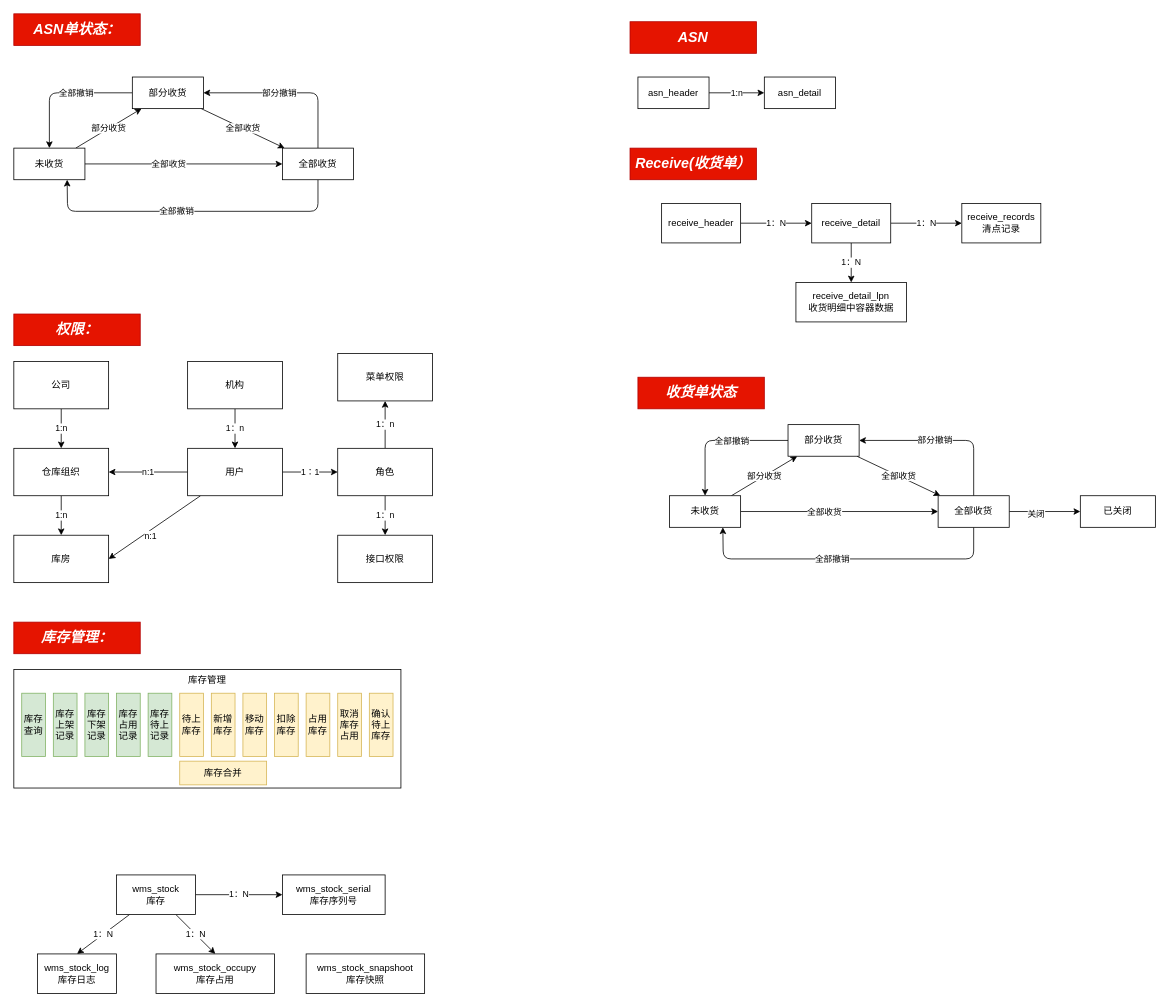
Earlier version of the draw.io diagram wms-docs/01需求设计/需求设计图.dio (a1204503376/wms). Source tidied: cells renumbered, new cells numbered last; positions are measured from the earlier drawing's top-left corner, leaving out a move shared by most shapes. Both pictures are drawn from the tidied source at 79%, with x=0, y=0 at pixel (13, 13).
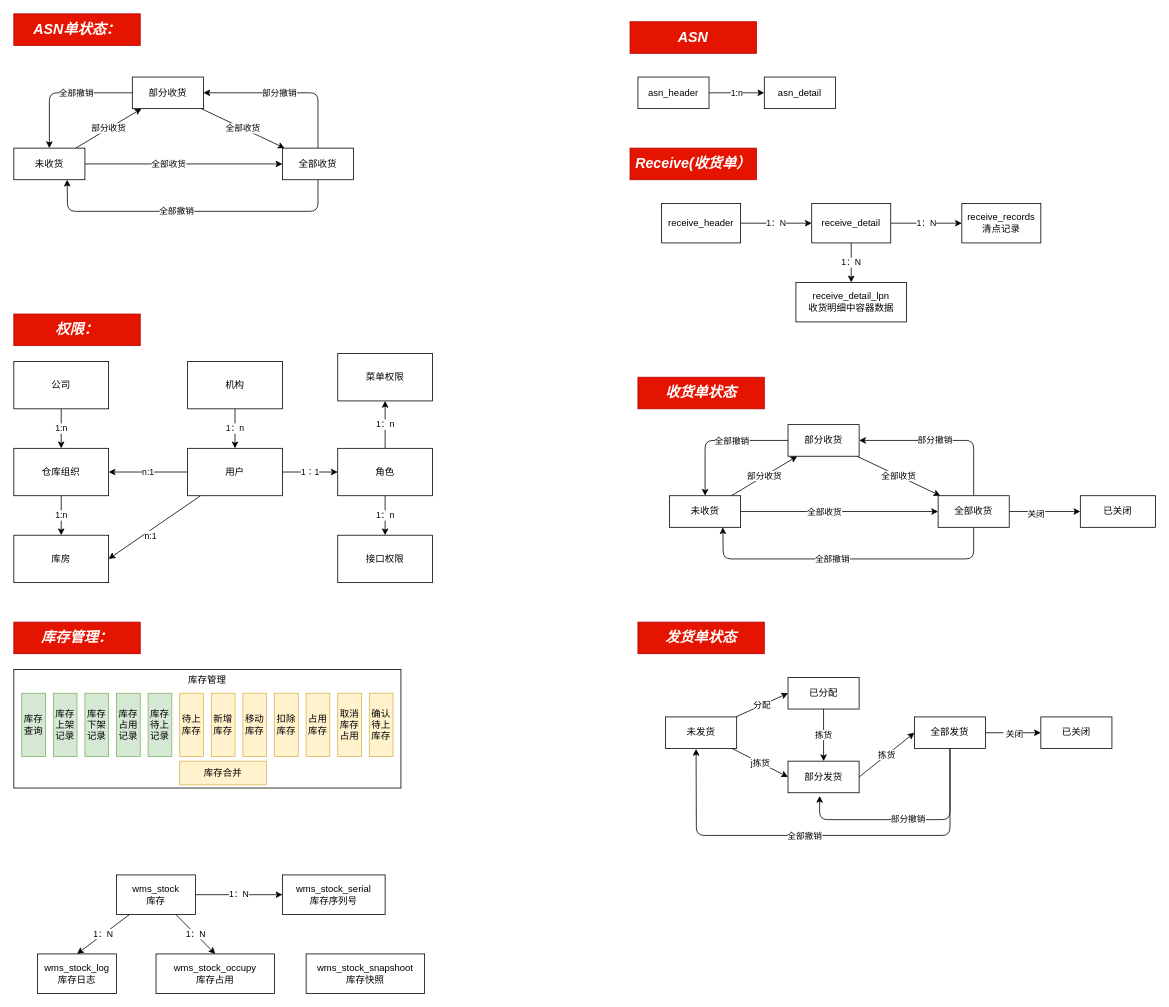
After the change.

Change to the diagram source:
```diff
@@
+    <mxCell id="86" value="发货单状态" style="whiteSpace=wrap;html=1;fillColor=#e51400;fontColor=#ffffff;strokeColor=#B20000;fontStyle=3;fontSize=18;" parent="1" vertex="1">
+      <mxGeometry x="790" y="770" width="160" height="40" as="geometry" />
+    </mxCell>
+    <mxCell id="87" value="分配" style="edgeStyle=none;html=1;entryX=0;entryY=0.5;entryDx=0;entryDy=0;" parent="1" edge="1" source="89" target="91">
+      <mxGeometry relative="1" as="geometry" />
+    </mxCell>
+    <mxCell id="88" value="j拣货" style="edgeStyle=none;html=1;entryX=0;entryY=0.5;entryDx=0;entryDy=0;" parent="1" edge="1" source="89" target="93">
+      <mxGeometry relative="1" as="geometry" />
+    </mxCell>
+    <mxCell id="89" value="未发货" style="whiteSpace=wrap;html=1;" parent="1" vertex="1">
+      <mxGeometry x="825" y="890" width="90" height="40" as="geometry" />
+    </mxCell>
+    <mxCell id="90" value="拣货" style="edgeStyle=none;html=1;entryX=0.5;entryY=0;entryDx=0;entryDy=0;" parent="1" edge="1" source="91" target="93">
+      <mxGeometry relative="1" as="geometry" />
+    </mxCell>
+    <mxCell id="91" value="已分配" style="whiteSpace=wrap;html=1;" parent="1" vertex="1">
+      <mxGeometry x="980" y="840" width="90" height="40" as="geometry" />
+    </mxCell>
+    <mxCell id="92" value="拣货" style="edgeStyle=none;html=1;exitX=1;exitY=0.5;exitDx=0;exitDy=0;entryX=0;entryY=0.5;entryDx=0;entryDy=0;" parent="1" edge="1" source="93" target="99">
+      <mxGeometry relative="1" as="geometry" />
+    </mxCell>
+    <mxCell id="93" value="部分发货" style="whiteSpace=wrap;html=1;" parent="1" vertex="1">
+      <mxGeometry x="980" y="946" width="90" height="40" as="geometry" />
+    </mxCell>
+    <mxCell id="94" style="edgeStyle=none;html=1;" parent="1" edge="1" source="99" target="100">
+      <mxGeometry relative="1" as="geometry" />
+    </mxCell>
+    <mxCell id="95" value="&amp;nbsp;关闭" style="edgeLabel;html=1;align=center;verticalAlign=middle;" parent="94" vertex="1">
+      <mxGeometry x="-0.31" y="-1" relative="1" as="geometry">
+        <mxPoint x="10" as="offset" />
+      </mxGeometry>
+    </mxCell>
+    <mxCell id="96" value="部分撤销" style="edgeStyle=none;html=1;" parent="1" edge="1" source="99">
+      <mxGeometry relative="1" as="geometry">
+        <mxPoint x="1020" y="990" as="targetPoint" />
+        <Array as="points">
+          <mxPoint x="1185" y="1020" />
+          <mxPoint x="1020" y="1020" />
+        </Array>
+      </mxGeometry>
+    </mxCell>
+    <mxCell id="97" style="edgeStyle=none;html=1;entryX=0.429;entryY=1.013;entryDx=0;entryDy=0;entryPerimeter=0;" parent="1" edge="1" source="99" target="89">
+      <mxGeometry relative="1" as="geometry">
+        <Array as="points">
+          <mxPoint x="1185" y="1040" />
+          <mxPoint x="864" y="1040" />
+        </Array>
+      </mxGeometry>
+    </mxCell>
+    <mxCell id="98" value="全部撤销" style="edgeLabel;html=1;align=center;verticalAlign=middle;" parent="97" vertex="1">
+      <mxGeometry x="0.09" relative="1" as="geometry" />
+    </mxCell>
+    <mxCell id="99" value="全部发货" style="whiteSpace=wrap;html=1;" parent="1" vertex="1">
+      <mxGeometry x="1140" y="890" width="90" height="40" as="geometry" />
+    </mxCell>
+    <mxCell id="100" value="已关闭" style="whiteSpace=wrap;html=1;" parent="1" vertex="1">
+      <mxGeometry x="1300" y="890" width="90" height="40" as="geometry" />
+    </mxCell>
```
